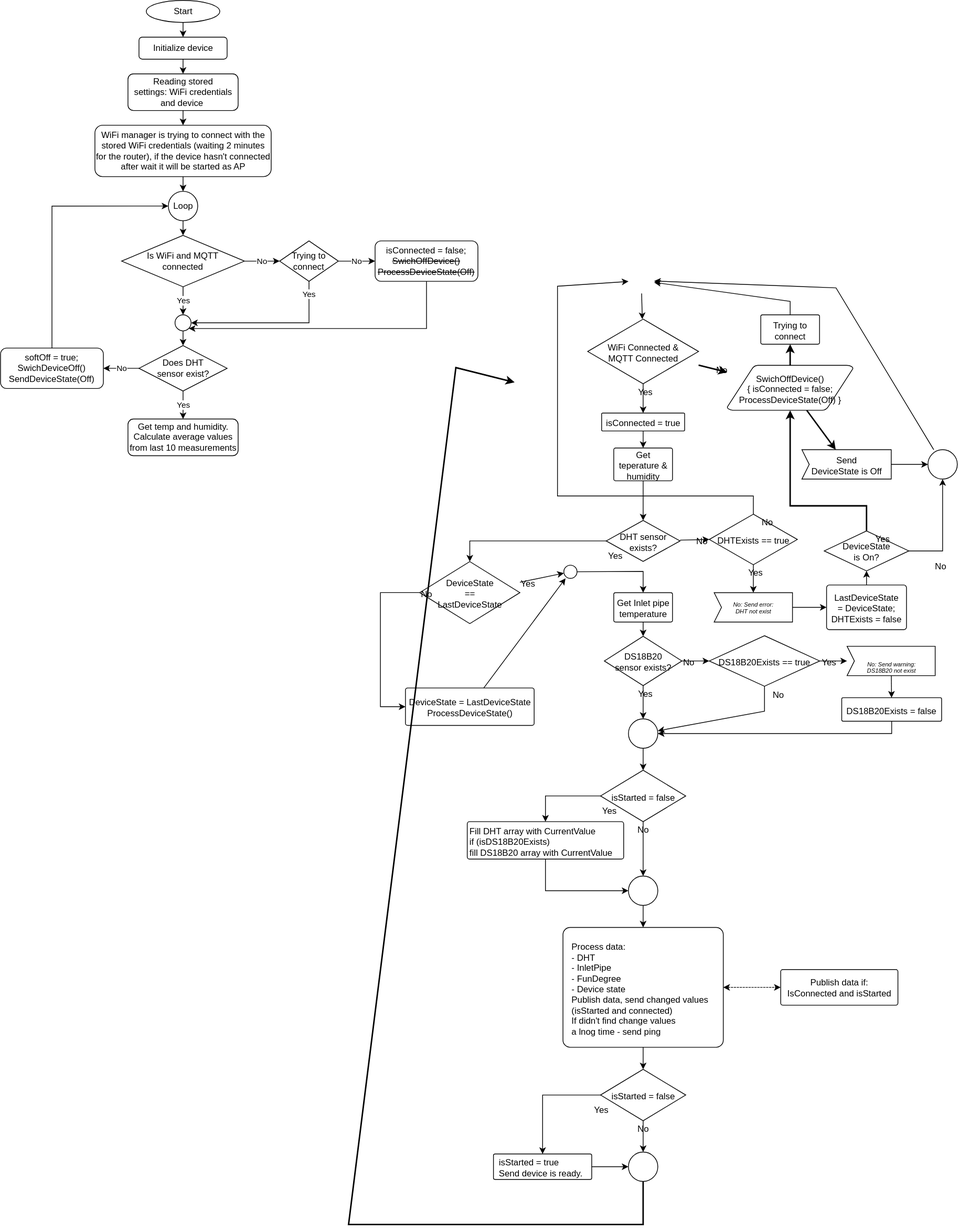
Above: doc/FlowDiagram.svg in kovandzhiev/RoomThermostat (draw.io), before the change. Source tidied: cells renumbered, new cells last; positions are measured from the earlier drawing's top-left corner, leaving out a move shared by most shapes.
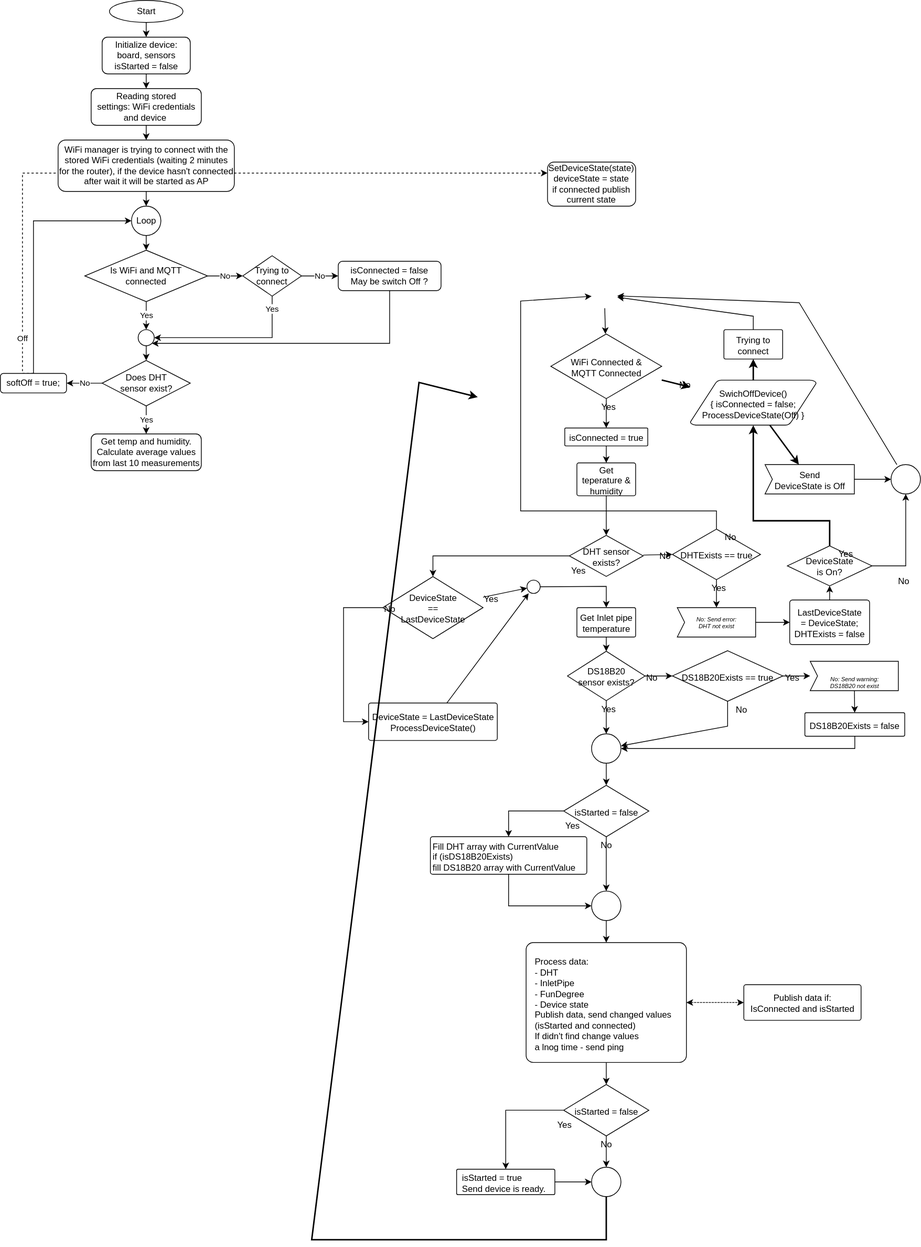
Later version of the same file.

Commit message:
Optimize flow

The edit, as a diff of the source:
```diff
@@ -416,20 +416,17 @@
     <mxCell id="115" style="edgeStyle=orthogonalEdgeStyle;rounded=0;jettySize=auto;html=1;exitX=0.5;exitY=1;exitDx=0;exitDy=0;entryX=0.5;entryY=0;entryDx=0;entryDy=0;" parent="1" edge="1" source="116" target="122">
       <mxGeometry relative="1" as="geometry" />
     </mxCell>
-    <mxCell id="116" value="&lt;p&gt;WiFi manager is&amp;nbsp;&lt;span style=&quot;&quot;&gt;trying to connect with the stored WiFi&amp;nbsp;&lt;/span&gt;credentials (waiting 2 minutes for the router), if&amp;nbsp;the device&amp;nbsp;&lt;span style=&quot;&quot;&gt;hasn't connected after wait it will be started as AP&lt;/span&gt;&lt;/p&gt;" style="rounded=1;whiteSpace=wrap;html=1;fontFamily=Helvetica;align=center;labelBackgroundColor=none;" parent="1" vertex="1">
-      <mxGeometry x="128.5" y="170" width="240" height="70" as="geometry" />
-    </mxCell>
     <mxCell id="117" style="edgeStyle=orthogonalEdgeStyle;rounded=0;jettySize=auto;html=1;exitX=0.5;exitY=1;exitDx=0;exitDy=0;entryX=0.5;entryY=0;entryDx=0;entryDy=0;" parent="1" edge="1" source="118" target="120">
       <mxGeometry relative="1" as="geometry" />
     </mxCell>
     <mxCell id="118" value="Start" style="ellipse;whiteSpace=wrap;html=1;fontFamily=Helvetica;labelBackgroundColor=none;" parent="1" vertex="1">
-      <mxGeometry x="198.5" width="100" height="30" as="geometry" />
+      <mxGeometry x="198.5" y="-20" width="100" height="30" as="geometry" />
     </mxCell>
     <mxCell id="119" style="edgeStyle=orthogonalEdgeStyle;rounded=0;jettySize=auto;html=1;exitX=0.5;exitY=1;exitDx=0;exitDy=0;entryX=0.5;entryY=0;entryDx=0;entryDy=0;" parent="1" edge="1" source="120" target="114">
       <mxGeometry relative="1" as="geometry" />
     </mxCell>
-    <mxCell id="120" value="Initialize device" style="rounded=1;whiteSpace=wrap;html=1;fontFamily=Helvetica;labelBackgroundColor=none;" parent="1" vertex="1">
-      <mxGeometry x="188.5" y="50" width="120" height="30" as="geometry" />
+    <mxCell id="120" value="Initialize device: board, sensors&lt;br&gt;isStarted = false" style="rounded=1;whiteSpace=wrap;html=1;fontFamily=Helvetica;labelBackgroundColor=none;" parent="1" vertex="1">
+      <mxGeometry x="188.5" y="30" width="120" height="50" as="geometry" />
     </mxCell>
     <mxCell id="121" style="edgeStyle=orthogonalEdgeStyle;rounded=0;jettySize=auto;html=1;exitX=0.5;exitY=1;exitDx=0;exitDy=0;entryX=0.5;entryY=0;entryDx=0;entryDy=0;entryPerimeter=0;" parent="1" edge="1" source="122" target="125">
       <mxGeometry relative="1" as="geometry" />
@@ -453,8 +450,8 @@
         </Array>
       </mxGeometry>
     </mxCell>
-    <mxCell id="127" value="isConnected = false;&lt;br&gt;&lt;strike&gt;SwichOffDevice()&lt;br style=&quot;border-color: var(--border-color);&quot;&gt;&lt;span style=&quot;&quot;&gt;ProcessDeviceState(Off)&lt;/span&gt;&lt;/strike&gt;" style="rounded=1;whiteSpace=wrap;html=1;" parent="1" vertex="1">
-      <mxGeometry x="510" y="327.5" width="140" height="55" as="geometry" />
+    <mxCell id="127" value="isConnected = false&lt;br&gt;May be switch Off ?" style="rounded=1;whiteSpace=wrap;html=1;" parent="1" vertex="1">
+      <mxGeometry x="510" y="335" width="140" height="40" as="geometry" />
     </mxCell>
     <mxCell id="128" value="Yes" style="edgeStyle=orthogonalEdgeStyle;rounded=0;jettySize=auto;html=1;exitX=0.5;exitY=1;exitDx=0;exitDy=0;entryX=1;entryY=0.5;entryDx=0;entryDy=0;" parent="1" edge="1" source="130" target="132">
       <mxGeometry x="-0.84" relative="1" as="geometry">
@@ -487,11 +484,25 @@
     <mxCell id="136" style="edgeStyle=orthogonalEdgeStyle;rounded=0;jettySize=auto;html=1;exitX=0.5;exitY=0;exitDx=0;exitDy=0;entryX=0;entryY=0.5;entryDx=0;entryDy=0;" parent="1" edge="1" source="137" target="122">
       <mxGeometry relative="1" as="geometry" />
     </mxCell>
+    <mxCell id="139" value="Off" style="edgeStyle=orthogonalEdgeStyle;rounded=0;jettySize=auto;html=1;exitX=0.5;exitY=0;exitDx=0;exitDy=0;entryX=0;entryY=0.25;entryDx=0;entryDy=0;dashed=1;" parent="1" edge="1" source="137" target="140">
+      <mxGeometry x="-0.87" relative="1" as="geometry">
+        <Array as="points">
+          <mxPoint x="80" y="488" />
+          <mxPoint x="80" y="215" />
+        </Array>
+      </mxGeometry>
+    </mxCell>
-    <mxCell id="137" value="softOff = true;&lt;br&gt;SwichDeviceOff()&lt;br style=&quot;border-color: var(--border-color);&quot;&gt;SendDeviceState(Off)" style="rounded=1;whiteSpace=wrap;html=1;" parent="1" vertex="1">
-      <mxGeometry y="473.4" width="140" height="55" as="geometry" />
+    <mxCell id="137" value="softOff = true;" style="rounded=1;whiteSpace=wrap;html=1;" parent="1" vertex="1">
+      <mxGeometry x="50" y="487.7" width="90" height="26.6" as="geometry" />
     </mxCell>
     <mxCell id="138" value="Get temp and humidity.&lt;br&gt;Calculate average values from last 10 measurements" style="rounded=1;whiteSpace=wrap;html=1;strokeWidth=1;" parent="1" vertex="1">
       <mxGeometry x="173.5" y="570" width="150" height="50" as="geometry" />
     </mxCell>
+    <mxCell id="140" value="SetDeviceState(state)&lt;br&gt;deviceState = state&lt;br&gt;if connected publish current state" style="rounded=1;whiteSpace=wrap;html=1;" parent="1" vertex="1">
+      <mxGeometry x="795" y="200" width="120" height="60" as="geometry" />
+    </mxCell>
+    <mxCell id="116" value="&lt;p&gt;WiFi manager is&amp;nbsp;&lt;span style=&quot;&quot;&gt;trying to connect with the stored WiFi&amp;nbsp;&lt;/span&gt;credentials (waiting 2 minutes for the router), if&amp;nbsp;the device&amp;nbsp;&lt;span style=&quot;&quot;&gt;hasn't connected after wait it will be started as AP&lt;/span&gt;&lt;/p&gt;" style="rounded=1;whiteSpace=wrap;html=1;fontFamily=Helvetica;align=center;labelBackgroundColor=none;" parent="1" vertex="1">
+      <mxGeometry x="128.5" y="170" width="240" height="70" as="geometry" />
+    </mxCell>
   </root>
 </mxGraphModel>
```
